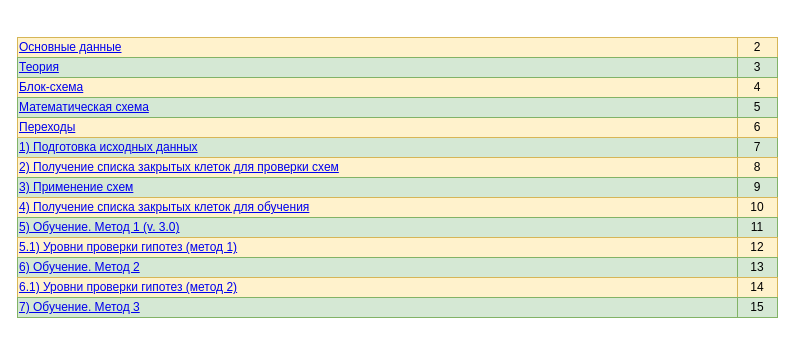
The draw.io diagram page "Оглавление" (1 of 17) of docs/Описание работы.drawio in xex238/Diploma_2022, before the edit. Source tidied: cells renumbered, new cells numbered last; positions are measured from the earlier drawing's top-left corner, leaving out a move shared by most shapes. Both pictures are drawn from the tidied source at 100%, with x=0, y=0 at pixel (17, 37).
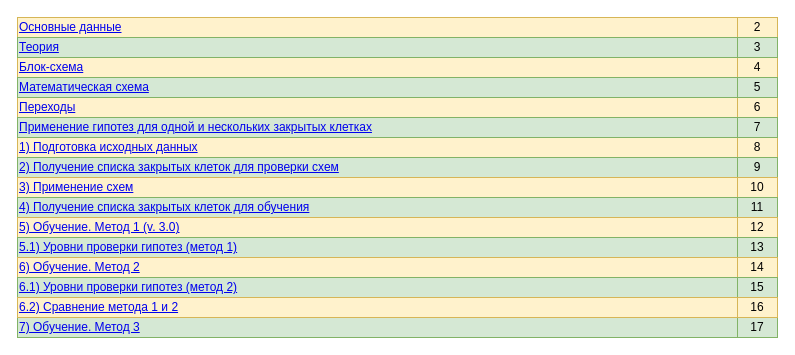
The same diagram, later.

Change to the diagram source:
```diff
@@
     <mxCell id="2" value="&lt;a href=&quot;data:page/id,gWnk2op9RKkyJsoFyHYH&quot;&gt;Основные данные&lt;/a&gt;" style="text;html=1;strokeColor=#d6b656;fillColor=#fff2cc;align=left;verticalAlign=middle;whiteSpace=wrap;rounded=0;" parent="1" vertex="1">
-      <mxGeometry width="720" height="20" as="geometry" />
+      <mxGeometry y="-20" width="720" height="20" as="geometry" />
     </mxCell>
     <mxCell id="3" value="2" style="text;html=1;strokeColor=#d6b656;fillColor=#fff2cc;align=center;verticalAlign=middle;whiteSpace=wrap;rounded=0;" parent="1" vertex="1">
-      <mxGeometry x="720" width="40" height="20" as="geometry" />
+      <mxGeometry x="720" y="-20" width="40" height="20" as="geometry" />
     </mxCell>
     <mxCell id="4" value="&lt;a href=&quot;data:page/id,e_k9OqcJGmKPBgdhZgQ9&quot;&gt;Блок-схема&lt;/a&gt;" style="text;html=1;strokeColor=#d6b656;fillColor=#fff2cc;align=left;verticalAlign=middle;whiteSpace=wrap;rounded=0;" parent="1" vertex="1">
-      <mxGeometry y="40" width="720" height="20" as="geometry" />
+      <mxGeometry y="20" width="720" height="20" as="geometry" />
     </mxCell>
     <mxCell id="5" value="4" style="text;html=1;strokeColor=#d6b656;fillColor=#fff2cc;align=center;verticalAlign=middle;whiteSpace=wrap;rounded=0;" parent="1" vertex="1">
-      <mxGeometry x="720" y="40" width="40" height="20" as="geometry" />
+      <mxGeometry x="720" y="20" width="40" height="20" as="geometry" />
     </mxCell>
-    <mxCell id="6" value="&lt;a href=&quot;data:page/id,Z-i4SeRwyvYLbk9Vbtfu&quot;&gt;1) Подготовка исходных данных&lt;/a&gt;" style="text;html=1;strokeColor=#82b366;fillColor=#d5e8d4;align=left;verticalAlign=middle;whiteSpace=wrap;rounded=0;" parent="1" vertex="1">
+    <mxCell id="6" value="&lt;a href=&quot;data:page/id,Z-i4SeRwyvYLbk9Vbtfu&quot;&gt;1) Подготовка исходных данных&lt;/a&gt;" style="text;html=1;strokeColor=#d6b656;fillColor=#fff2cc;align=left;verticalAlign=middle;whiteSpace=wrap;rounded=0;" parent="1" vertex="1">
       <mxGeometry y="100" width="720" height="20" as="geometry" />
     </mxCell>
-    <mxCell id="7" value="7" style="text;html=1;strokeColor=#82b366;fillColor=#d5e8d4;align=center;verticalAlign=middle;whiteSpace=wrap;rounded=0;" parent="1" vertex="1">
+    <mxCell id="7" value="8" style="text;html=1;strokeColor=#d6b656;fillColor=#fff2cc;align=center;verticalAlign=middle;whiteSpace=wrap;rounded=0;" parent="1" vertex="1">
       <mxGeometry x="720" y="100" width="40" height="20" as="geometry" />
     </mxCell>
-    <mxCell id="8" value="&lt;a href=&quot;data:page/id,QgJ4g2A5YQODPxN0LvJf&quot;&gt;2) Получение списка закрытых клеток для проверки схем&lt;/a&gt;" style="text;html=1;strokeColor=#d6b656;fillColor=#fff2cc;align=left;verticalAlign=middle;whiteSpace=wrap;rounded=0;" parent="1" vertex="1">
+    <mxCell id="8" value="&lt;a href=&quot;data:page/id,QgJ4g2A5YQODPxN0LvJf&quot;&gt;2) Получение списка закрытых клеток для проверки схем&lt;/a&gt;" style="text;html=1;strokeColor=#82b366;fillColor=#d5e8d4;align=left;verticalAlign=middle;whiteSpace=wrap;rounded=0;" parent="1" vertex="1">
       <mxGeometry y="120" width="720" height="20" as="geometry" />
     </mxCell>
-    <mxCell id="9" value="8" style="text;html=1;strokeColor=#d6b656;fillColor=#fff2cc;align=center;verticalAlign=middle;whiteSpace=wrap;rounded=0;" parent="1" vertex="1">
+    <mxCell id="9" value="9" style="text;html=1;strokeColor=#82b366;fillColor=#d5e8d4;align=center;verticalAlign=middle;whiteSpace=wrap;rounded=0;" parent="1" vertex="1">
       <mxGeometry x="720" y="120" width="40" height="20" as="geometry" />
     </mxCell>
-    <mxCell id="10" value="&lt;a href=&quot;data:page/id,OzsJX8XJsg-aUjEC96If&quot;&gt;3) Применение схем&lt;/a&gt;" style="text;html=1;strokeColor=#82b366;fillColor=#d5e8d4;align=left;verticalAlign=middle;whiteSpace=wrap;rounded=0;" parent="1" vertex="1">
+    <mxCell id="10" value="&lt;a href=&quot;data:page/id,OzsJX8XJsg-aUjEC96If&quot;&gt;3) Применение схем&lt;/a&gt;" style="text;html=1;strokeColor=#d6b656;fillColor=#fff2cc;align=left;verticalAlign=middle;whiteSpace=wrap;rounded=0;" parent="1" vertex="1">
       <mxGeometry y="140" width="720" height="20" as="geometry" />
     </mxCell>
-    <mxCell id="11" value="9" style="text;html=1;strokeColor=#82b366;fillColor=#d5e8d4;align=center;verticalAlign=middle;whiteSpace=wrap;rounded=0;" parent="1" vertex="1">
+    <mxCell id="11" value="10" style="text;html=1;strokeColor=#d6b656;fillColor=#fff2cc;align=center;verticalAlign=middle;whiteSpace=wrap;rounded=0;" parent="1" vertex="1">
       <mxGeometry x="720" y="140" width="40" height="20" as="geometry" />
     </mxCell>
-    <mxCell id="12" value="&lt;a href=&quot;data:page/id,GcP1m5iHQ6MSYPDjktNg&quot;&gt;4) Получение списка закрытых клеток для обучения&lt;/a&gt;" style="text;html=1;strokeColor=#d6b656;fillColor=#fff2cc;align=left;verticalAlign=middle;whiteSpace=wrap;rounded=0;" parent="1" vertex="1">
+    <mxCell id="12" value="&lt;a href=&quot;data:page/id,GcP1m5iHQ6MSYPDjktNg&quot;&gt;4) Получение списка закрытых клеток для обучения&lt;/a&gt;" style="text;html=1;strokeColor=#82b366;fillColor=#d5e8d4;align=left;verticalAlign=middle;whiteSpace=wrap;rounded=0;" parent="1" vertex="1">
       <mxGeometry y="160" width="720" height="20" as="geometry" />
     </mxCell>
-    <mxCell id="13" value="10" style="text;html=1;strokeColor=#d6b656;fillColor=#fff2cc;align=center;verticalAlign=middle;whiteSpace=wrap;rounded=0;" parent="1" vertex="1">
+    <mxCell id="13" value="11" style="text;html=1;strokeColor=#82b366;fillColor=#d5e8d4;align=center;verticalAlign=middle;whiteSpace=wrap;rounded=0;" parent="1" vertex="1">
       <mxGeometry x="720" y="160" width="40" height="20" as="geometry" />
     </mxCell>
-    <mxCell id="14" value="&lt;a href=&quot;data:page/id,lBLYAwubt_yJ_cDXia77&quot;&gt;5) Обучение. Метод 1 (v. 3.0)&lt;/a&gt;" style="text;html=1;strokeColor=#82b366;fillColor=#d5e8d4;align=left;verticalAlign=middle;whiteSpace=wrap;rounded=0;" parent="1" vertex="1">
+    <mxCell id="14" value="&lt;a href=&quot;data:page/id,lBLYAwubt_yJ_cDXia77&quot;&gt;5) Обучение. Метод 1 (v. 3.0)&lt;/a&gt;" style="text;html=1;strokeColor=#d6b656;fillColor=#fff2cc;align=left;verticalAlign=middle;whiteSpace=wrap;rounded=0;" parent="1" vertex="1">
       <mxGeometry y="180" width="720" height="20" as="geometry" />
     </mxCell>
-    <mxCell id="15" value="11" style="text;html=1;strokeColor=#82b366;fillColor=#d5e8d4;align=center;verticalAlign=middle;whiteSpace=wrap;rounded=0;" parent="1" vertex="1">
+    <mxCell id="15" value="12" style="text;html=1;strokeColor=#d6b656;fillColor=#fff2cc;align=center;verticalAlign=middle;whiteSpace=wrap;rounded=0;" parent="1" vertex="1">
       <mxGeometry x="720" y="180" width="40" height="20" as="geometry" />
     </mxCell>
-    <mxCell id="16" value="&lt;a href=&quot;data:page/id,norzPNAenmjEFWFJyM0d&quot;&gt;5.1) Уровни проверки гипотез (метод 1)&lt;/a&gt;" style="text;html=1;strokeColor=#d6b656;fillColor=#fff2cc;align=left;verticalAlign=middle;whiteSpace=wrap;rounded=0;" parent="1" vertex="1">
+    <mxCell id="16" value="&lt;a href=&quot;data:page/id,norzPNAenmjEFWFJyM0d&quot;&gt;5.1) Уровни проверки гипотез (метод 1)&lt;/a&gt;" style="text;html=1;strokeColor=#82b366;fillColor=#d5e8d4;align=left;verticalAlign=middle;whiteSpace=wrap;rounded=0;" parent="1" vertex="1">
       <mxGeometry y="200" width="720" height="20" as="geometry" />
     </mxCell>
-    <mxCell id="17" value="12" style="text;html=1;strokeColor=#d6b656;fillColor=#fff2cc;align=center;verticalAlign=middle;whiteSpace=wrap;rounded=0;" parent="1" vertex="1">
+    <mxCell id="17" value="13" style="text;html=1;strokeColor=#82b366;fillColor=#d5e8d4;align=center;verticalAlign=middle;whiteSpace=wrap;rounded=0;" parent="1" vertex="1">
       <mxGeometry x="720" y="200" width="40" height="20" as="geometry" />
     </mxCell>
-    <mxCell id="18" value="&lt;a href=&quot;data:page/id,VxxJrJxzwF6EyF60WCGu&quot;&gt;6) Обучение. Метод 2&lt;/a&gt;" style="text;html=1;strokeColor=#82b366;fillColor=#d5e8d4;align=left;verticalAlign=middle;whiteSpace=wrap;rounded=0;" parent="1" vertex="1">
+    <mxCell id="18" value="&lt;a href=&quot;data:page/id,VxxJrJxzwF6EyF60WCGu&quot;&gt;6) Обучение. Метод 2&lt;/a&gt;" style="text;html=1;strokeColor=#d6b656;fillColor=#fff2cc;align=left;verticalAlign=middle;whiteSpace=wrap;rounded=0;" parent="1" vertex="1">
       <mxGeometry y="220" width="720" height="20" as="geometry" />
     </mxCell>
-    <mxCell id="19" value="13" style="text;html=1;strokeColor=#82b366;fillColor=#d5e8d4;align=center;verticalAlign=middle;whiteSpace=wrap;rounded=0;" parent="1" vertex="1">
+    <mxCell id="19" value="14" style="text;html=1;strokeColor=#d6b656;fillColor=#fff2cc;align=center;verticalAlign=middle;whiteSpace=wrap;rounded=0;" parent="1" vertex="1">
       <mxGeometry x="720" y="220" width="40" height="20" as="geometry" />
     </mxCell>
-    <mxCell id="20" value="&lt;a href=&quot;data:page/id,sVtJ5rr1kiKgxiSxBSXW&quot;&gt;6.1) Уровни проверки гипотез (метод 2)&lt;/a&gt;" style="text;html=1;strokeColor=#d6b656;fillColor=#fff2cc;align=left;verticalAlign=middle;whiteSpace=wrap;rounded=0;" parent="1" vertex="1">
+    <mxCell id="20" value="&lt;a href=&quot;data:page/id,sVtJ5rr1kiKgxiSxBSXW&quot;&gt;6.1) Уровни проверки гипотез (метод 2)&lt;/a&gt;" style="text;html=1;strokeColor=#82b366;fillColor=#d5e8d4;align=left;verticalAlign=middle;whiteSpace=wrap;rounded=0;" parent="1" vertex="1">
       <mxGeometry y="240" width="720" height="20" as="geometry" />
     </mxCell>
-    <mxCell id="21" value="14" style="text;html=1;strokeColor=#d6b656;fillColor=#fff2cc;align=center;verticalAlign=middle;whiteSpace=wrap;rounded=0;" parent="1" vertex="1">
+    <mxCell id="21" value="15" style="text;html=1;strokeColor=#82b366;fillColor=#d5e8d4;align=center;verticalAlign=middle;whiteSpace=wrap;rounded=0;" parent="1" vertex="1">
       <mxGeometry x="720" y="240" width="40" height="20" as="geometry" />
     </mxCell>
     <mxCell id="22" value="&lt;a href=&quot;data:page/id,YfBf28iRcF_CujNrgWZi&quot;&gt;7) Обучение. Метод 3&lt;/a&gt;" style="text;html=1;strokeColor=#82b366;fillColor=#d5e8d4;align=left;verticalAlign=middle;whiteSpace=wrap;rounded=0;" parent="1" vertex="1">
-      <mxGeometry y="260" width="720" height="20" as="geometry" />
+      <mxGeometry y="280" width="720" height="20" as="geometry" />
     </mxCell>
-    <mxCell id="23" value="15" style="text;html=1;strokeColor=#82b366;fillColor=#d5e8d4;align=center;verticalAlign=middle;whiteSpace=wrap;rounded=0;" parent="1" vertex="1">
-      <mxGeometry x="720" y="260" width="40" height="20" as="geometry" />
+    <mxCell id="23" value="17" style="text;html=1;strokeColor=#82b366;fillColor=#d5e8d4;align=center;verticalAlign=middle;whiteSpace=wrap;rounded=0;" parent="1" vertex="1">
+      <mxGeometry x="720" y="280" width="40" height="20" as="geometry" />
     </mxCell>
     <mxCell id="24" value="&lt;a href=&quot;data:page/id,LrUsyC47WsZ2qKhKzM2L&quot;&gt;Теория&lt;/a&gt;" style="text;html=1;strokeColor=#82b366;fillColor=#d5e8d4;align=left;verticalAlign=middle;whiteSpace=wrap;rounded=0;" parent="1" vertex="1">
-      <mxGeometry y="20" width="720" height="20" as="geometry" />
+      <mxGeometry width="720" height="20" as="geometry" />
     </mxCell>
     <mxCell id="25" value="3" style="text;html=1;strokeColor=#82b366;fillColor=#d5e8d4;align=center;verticalAlign=middle;whiteSpace=wrap;rounded=0;" parent="1" vertex="1">
-      <mxGeometry x="720" y="20" width="40" height="20" as="geometry" />
+      <mxGeometry x="720" width="40" height="20" as="geometry" />
     </mxCell>
     <mxCell id="26" value="&lt;a href=&quot;data:page/id,REvhGSpxfI18iFmzWG-e&quot;&gt;Переходы&lt;/a&gt;" style="text;html=1;strokeColor=#d6b656;fillColor=#fff2cc;align=left;verticalAlign=middle;whiteSpace=wrap;rounded=0;" parent="1" vertex="1">
-      <mxGeometry y="80" width="720" height="20" as="geometry" />
+      <mxGeometry y="60" width="720" height="20" as="geometry" />
     </mxCell>
     <mxCell id="27" value="6" style="text;html=1;strokeColor=#d6b656;fillColor=#fff2cc;align=center;verticalAlign=middle;whiteSpace=wrap;rounded=0;" parent="1" vertex="1">
-      <mxGeometry x="720" y="80" width="40" height="20" as="geometry" />
+      <mxGeometry x="720" y="60" width="40" height="20" as="geometry" />
     </mxCell>
     <mxCell id="28" value="&lt;a href=&quot;data:page/id,POzQde6lq30xO_GGBKjb&quot;&gt;Математическая схема&lt;/a&gt;" style="text;html=1;strokeColor=#82b366;fillColor=#d5e8d4;align=left;verticalAlign=middle;whiteSpace=wrap;rounded=0;" parent="1" vertex="1">
-      <mxGeometry y="60" width="720" height="20" as="geometry" />
+      <mxGeometry y="40" width="720" height="20" as="geometry" />
     </mxCell>
     <mxCell id="29" value="5" style="text;html=1;strokeColor=#82b366;fillColor=#d5e8d4;align=center;verticalAlign=middle;whiteSpace=wrap;rounded=0;" parent="1" vertex="1">
-      <mxGeometry x="720" y="60" width="40" height="20" as="geometry" />
+      <mxGeometry x="720" y="40" width="40" height="20" as="geometry" />
     </mxCell>
+    <mxCell id="30" value="&lt;a href=&quot;data:page/id,YkSnOZoj0XblRCGbUA4Q&quot;&gt;Применение гипотез для одной и нескольких закрытых клетках&lt;/a&gt;" style="text;html=1;strokeColor=#82b366;fillColor=#d5e8d4;align=left;verticalAlign=middle;whiteSpace=wrap;rounded=0;" parent="1" vertex="1">
+      <mxGeometry y="80" width="720" height="20" as="geometry" />
+    </mxCell>
+    <mxCell id="31" value="7" style="text;html=1;strokeColor=#82b366;fillColor=#d5e8d4;align=center;verticalAlign=middle;whiteSpace=wrap;rounded=0;" parent="1" vertex="1">
+      <mxGeometry x="720" y="80" width="40" height="20" as="geometry" />
+    </mxCell>
+    <mxCell id="32" value="&lt;a href=&quot;data:page/id,AwXaoctyBPYvmp04b8BD&quot;&gt;6.2) Сравнение метода 1 и 2&lt;/a&gt;" style="text;html=1;strokeColor=#d6b656;fillColor=#fff2cc;align=left;verticalAlign=middle;whiteSpace=wrap;rounded=0;" parent="1" vertex="1">
+      <mxGeometry y="260" width="720" height="20" as="geometry" />
+    </mxCell>
+    <mxCell id="33" value="16" style="text;html=1;strokeColor=#d6b656;fillColor=#fff2cc;align=center;verticalAlign=middle;whiteSpace=wrap;rounded=0;" parent="1" vertex="1">
+      <mxGeometry x="720" y="260" width="40" height="20" as="geometry" />
+    </mxCell>
```
